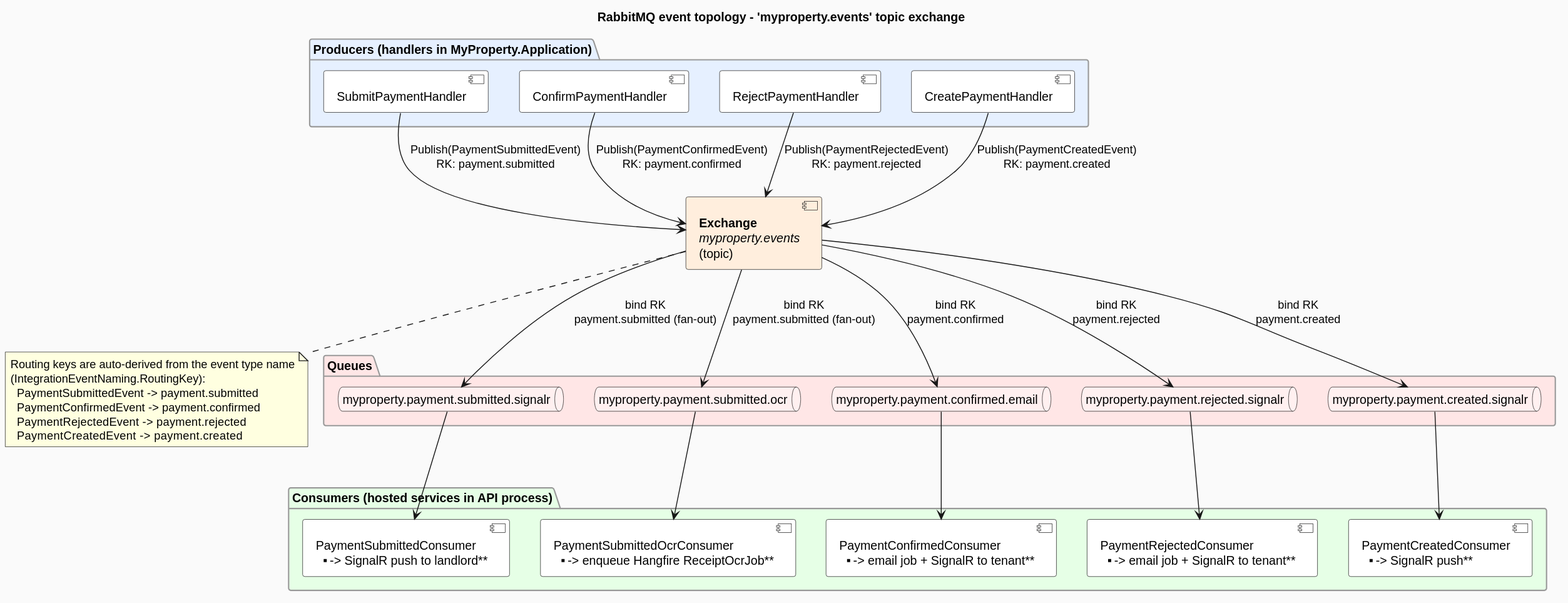
Above: docs/architecture/diagrams/events.svg in LIFE-Property-Management/MyProperty (PlantUML), before the change. Its diagram source:
```plantuml
@startuml
title RabbitMQ event topology - 'myproperty.events' topic exchange

skinparam BackgroundColor #FAFAFA
skinparam componentBackgroundColor #FFFFFF
skinparam queueBackgroundColor #FFF0F0
skinparam packageBorderColor #999

package "Producers (handlers in MyProperty.Application)" #E6F0FF {
  component "SubmitPaymentHandler"  as h_submit
  component "ConfirmPaymentHandler" as h_confirm
  component "RejectPaymentHandler"  as h_reject
  component "CreatePaymentHandler"  as h_create
}

component "<b>Exchange</b>\n<i>myproperty.events</i>\n(topic)" as exchange #FFEEDD

package "Queues" #FFE6E6 {
  queue "myproperty.payment.submitted.signalr" as q_submit_signalr
  queue "myproperty.payment.submitted.ocr"     as q_submit_ocr
  queue "myproperty.payment.confirmed.email"   as q_confirmed
  queue "myproperty.payment.rejected.signalr"  as q_rejected
  queue "myproperty.payment.created.signalr"   as q_created
}

package "Consumers (hosted services in API process)" #E6FFE6 {
  component "PaymentSubmittedConsumer\n** -> SignalR push to landlord**" as c_submit_sig
  component "PaymentSubmittedOcrConsumer\n** -> enqueue Hangfire ReceiptOcrJob**" as c_submit_ocr
  component "PaymentConfirmedConsumer\n** -> email job + SignalR to tenant**" as c_confirmed
  component "PaymentRejectedConsumer\n** -> email job + SignalR to tenant**" as c_rejected
  component "PaymentCreatedConsumer\n** -> SignalR push**" as c_created
}

h_submit  --> exchange : Publish(PaymentSubmittedEvent)\nRK: payment.submitted
h_confirm --> exchange : Publish(PaymentConfirmedEvent)\nRK: payment.confirmed
h_reject  --> exchange : Publish(PaymentRejectedEvent)\nRK: payment.rejected
h_create  --> exchange : Publish(PaymentCreatedEvent)\nRK: payment.created

exchange --> q_submit_signalr : bind RK\npayment.submitted (fan-out)
exchange --> q_submit_ocr     : bind RK\npayment.submitted (fan-out)
exchange --> q_confirmed      : bind RK\npayment.confirmed
exchange --> q_rejected       : bind RK\npayment.rejected
exchange --> q_created        : bind RK\npayment.created

q_submit_signalr --> c_submit_sig
q_submit_ocr     --> c_submit_ocr
q_confirmed      --> c_confirmed
q_rejected       --> c_rejected
q_created        --> c_created

note bottom of exchange #LightYellow
  Routing keys are auto-derived from the event type name
  (IntegrationEventNaming.RoutingKey):
    PaymentSubmittedEvent  -> payment.submitted
    PaymentConfirmedEvent  -> payment.confirmed
    PaymentRejectedEvent   -> payment.rejected
    PaymentCreatedEvent    -> payment.created
end note
@enduml
```
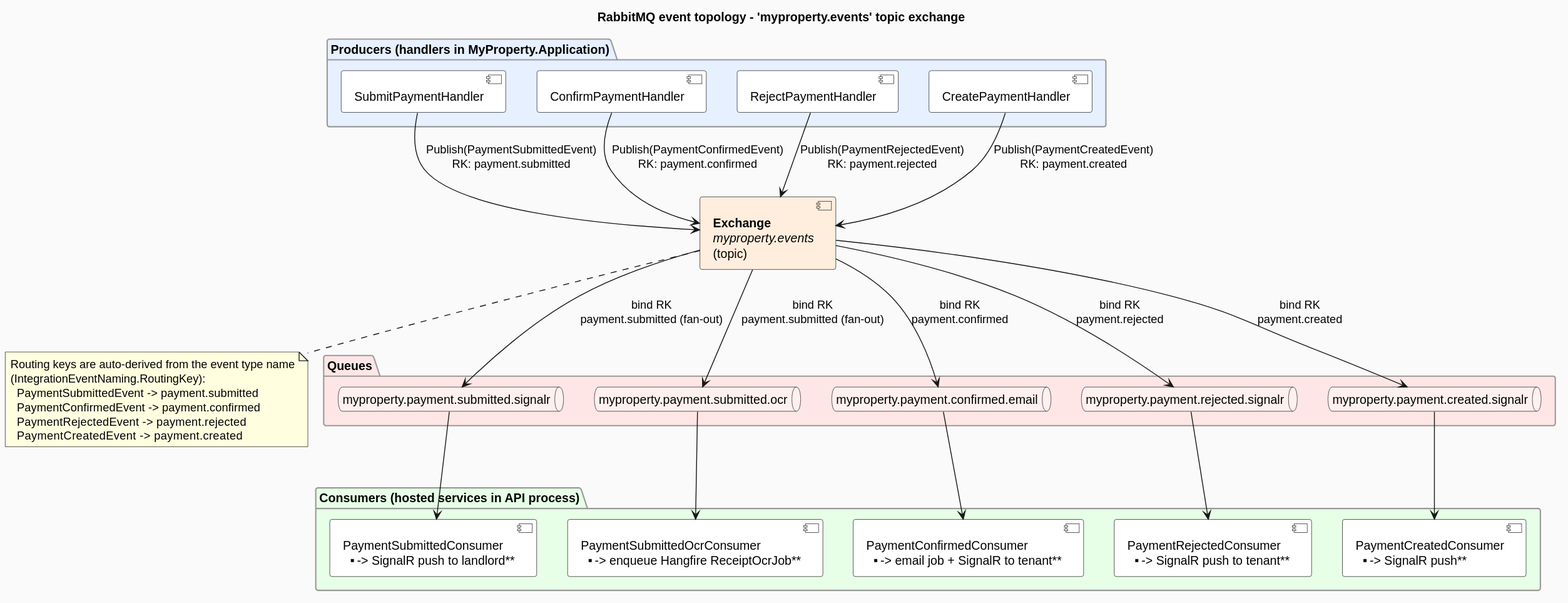
The same file after the commit.

Diff of the diagram source:
```diff
@@ -27,7 +27,7 @@
   component "PaymentSubmittedConsumer\n** -> SignalR push to landlord**" as c_submit_sig
   component "PaymentSubmittedOcrConsumer\n** -> enqueue Hangfire ReceiptOcrJob**" as c_submit_ocr
   component "PaymentConfirmedConsumer\n** -> email job + SignalR to tenant**" as c_confirmed
-  component "PaymentRejectedConsumer\n** -> email job + SignalR to tenant**" as c_rejected
+  component "PaymentRejectedConsumer\n** -> SignalR push to tenant**" as c_rejected
   component "PaymentCreatedConsumer\n** -> SignalR push**" as c_created
 }
 
```
